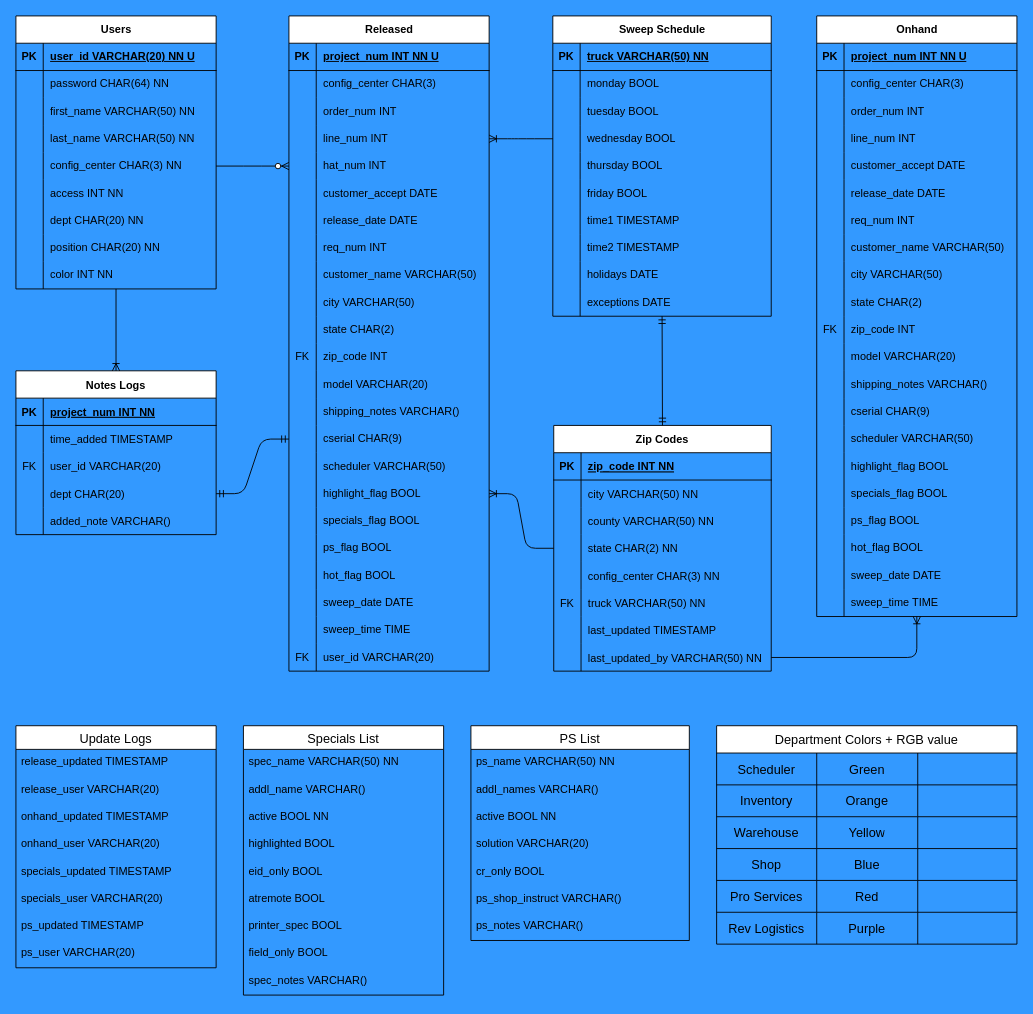
Above: MFP-Warehouse-Tracking/sql-erd/ERD-MFP-W-Tracking.drawio in Andrew-W-Pro/Git-Coding (draw.io), before the change. Source tidied: cells renumbered, new cells numbered last; positions are measured from the earlier drawing's top-left corner, leaving out a move shared by most shapes. Both pictures are drawn from the tidied source at 91%, with x=0, y=0 at pixel (15, 15).
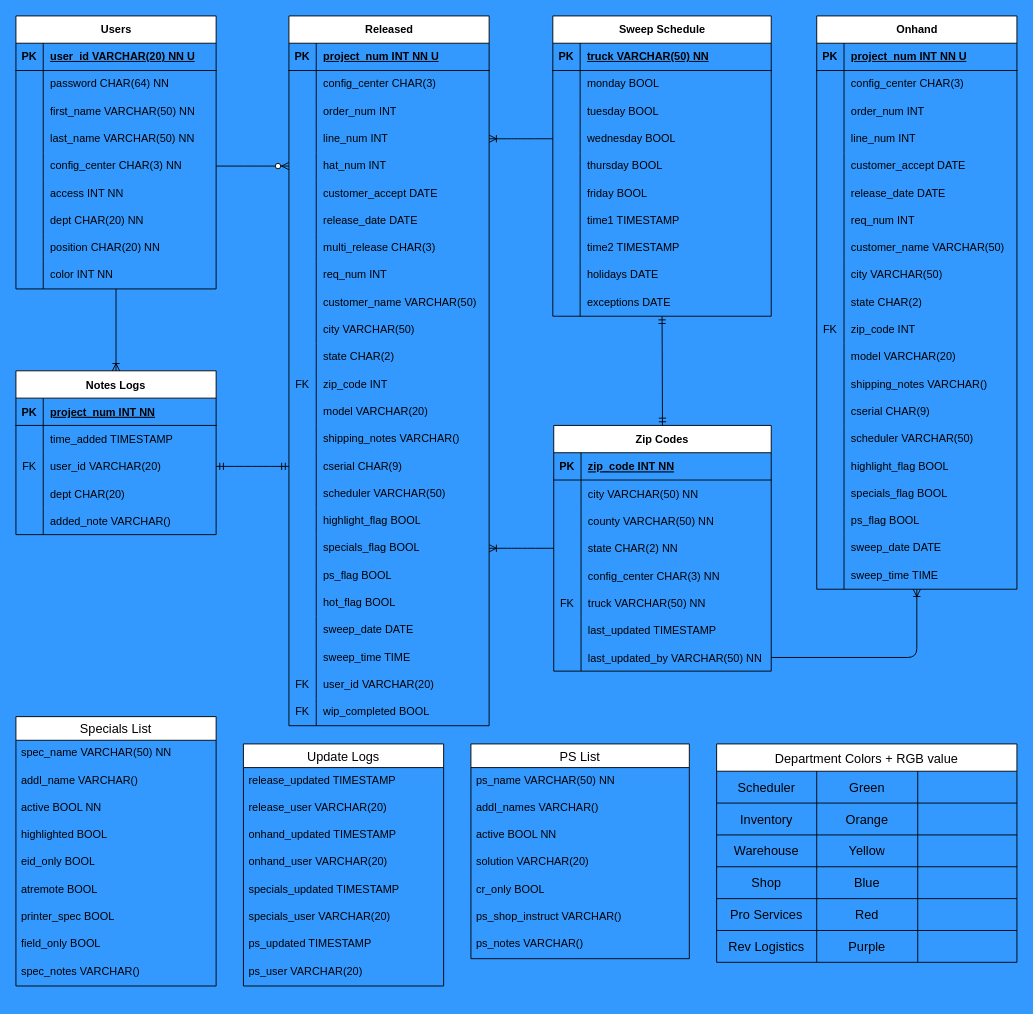
The same diagram, later.

Commit message (it also covers changes not shown here):
small ERD changes to reflect TrackerMain.fxml

Unchanged cells that the change refers to:
```xml
<mxCell id="12" style="shape=partialRectangle;fillColor=none;points=[[0,0.5],[1,0.5]];portConstraint=eastwest;top=0;left=0;right=0;bottom=0;" parent="2" vertex="1">
  <mxGeometry y="120" width="239" height="30" as="geometry" />
</mxCell>
<mxCell id="250" style="shape=tableRow;horizontal=0;startSize=0;swimlaneHead=0;swimlaneBody=0;fillColor=none;points=[[0,0.5],[1,0.5]];portConstraint=eastwest;top=0;left=0;right=0;bottom=0;" parent="243" vertex="1">
  <mxGeometry y="90" width="220" height="30" as="geometry" />
</mxCell>
<mxCell id="253" style="shape=tableRow;horizontal=0;startSize=0;swimlaneHead=0;swimlaneBody=0;fillColor=none;points=[[0,0.5],[1,0.5]];portConstraint=eastwest;top=0;left=0;right=0;bottom=0;" parent="243" vertex="1">
  <mxGeometry y="120" width="220" height="30" as="geometry" />
</mxCell>
```

Change to the diagram source:
```diff
@@
     <mxCell id="86" value="Released" style="shape=table;startSize=30;childLayout=tableLayout;rowLines=0;fontStyle=1;align=center;html=1;fillColor=default;" parent="1" vertex="1">
-      <mxGeometry x="300" width="220" height="720" as="geometry" />
+      <mxGeometry x="300" width="220" height="780" as="geometry" />
     </mxCell>
@@
+    <mxCell id="295" style="shape=tableRow;horizontal=0;startSize=0;swimlaneHead=0;swimlaneBody=0;fillColor=none;top=0;left=0;right=0;bottom=0;" parent="86" vertex="1">
+      <mxGeometry y="210" width="220" height="30" as="geometry" />
+    </mxCell>
+    <mxCell id="233" style="shape=partialRectangle;fillColor=none;top=0;left=0;bottom=0;right=0;overflow=hidden;whiteSpace=wrap;html=1;" parent="295" vertex="1">
+      <mxGeometry width="30" height="30" as="geometry" />
+    </mxCell>
+    <mxCell id="296" value="release_date DATE" style="shape=partialRectangle;fillColor=none;top=0;left=0;bottom=0;right=0;align=left;spacingLeft=6;overflow=hidden;whiteSpace=wrap;html=1;" parent="295" vertex="1">
+      <mxGeometry x="30" width="190" height="30" as="geometry" />
+    </mxCell>
     <mxCell id="105" style="shape=tableRow;horizontal=0;startSize=0;swimlaneHead=0;swimlaneBody=0;fillColor=none;top=0;left=0;right=0;bottom=0;" parent="86" vertex="1">
-      <mxGeometry y="210" width="220" height="30" as="geometry" />
+      <mxGeometry y="240" width="220" height="30" as="geometry" />
     </mxCell>
@@
-    <mxCell id="107" value="release_date DATE" style="shape=partialRectangle;fillColor=none;top=0;left=0;bottom=0;right=0;align=left;spacingLeft=6;overflow=hidden;whiteSpace=wrap;html=1;" parent="105" vertex="1">
+    <mxCell id="107" value="multi_release CHAR(3)" style="shape=partialRectangle;fillColor=none;top=0;left=0;bottom=0;right=0;align=left;spacingLeft=6;overflow=hidden;whiteSpace=wrap;html=1;" parent="105" vertex="1">
       <mxGeometry x="30" width="190" height="30" as="geometry" />
     </mxCell>
     <mxCell id="108" style="shape=tableRow;horizontal=0;startSize=0;swimlaneHead=0;swimlaneBody=0;fillColor=none;top=0;left=0;right=0;bottom=0;" parent="86" vertex="1">
-      <mxGeometry y="240" width="220" height="30" as="geometry" />
+      <mxGeometry y="270" width="220" height="30" as="geometry" />
     </mxCell>
@@
     <mxCell id="111" style="shape=tableRow;horizontal=0;startSize=0;swimlaneHead=0;swimlaneBody=0;fillColor=none;top=0;left=0;right=0;bottom=0;" parent="86" vertex="1">
-      <mxGeometry y="270" width="220" height="30" as="geometry" />
+      <mxGeometry y="300" width="220" height="30" as="geometry" />
     </mxCell>
@@
     <mxCell id="114" style="shape=tableRow;horizontal=0;startSize=0;swimlaneHead=0;swimlaneBody=0;fillColor=none;top=0;left=0;right=0;bottom=0;" parent="86" vertex="1">
-      <mxGeometry y="300" width="220" height="30" as="geometry" />
+      <mxGeometry y="330" width="220" height="30" as="geometry" />
     </mxCell>
@@
     <mxCell id="117" style="shape=tableRow;horizontal=0;startSize=0;swimlaneHead=0;swimlaneBody=0;fillColor=none;top=0;left=0;right=0;bottom=0;" parent="86" vertex="1">
-      <mxGeometry y="330" width="220" height="30" as="geometry" />
+      <mxGeometry y="360" width="220" height="30" as="geometry" />
     </mxCell>
@@
     <mxCell id="120" style="shape=tableRow;horizontal=0;startSize=0;swimlaneHead=0;swimlaneBody=0;fillColor=none;top=0;left=0;right=0;bottom=0;" parent="86" vertex="1">
-      <mxGeometry y="360" width="220" height="30" as="geometry" />
+      <mxGeometry y="390" width="220" height="30" as="geometry" />
     </mxCell>
@@
     <mxCell id="123" style="shape=tableRow;horizontal=0;startSize=0;swimlaneHead=0;swimlaneBody=0;fillColor=none;top=0;left=0;right=0;bottom=0;" parent="86" vertex="1">
-      <mxGeometry y="390" width="220" height="30" as="geometry" />
+      <mxGeometry y="420" width="220" height="30" as="geometry" />
     </mxCell>
@@
     <mxCell id="126" style="shape=tableRow;horizontal=0;startSize=0;swimlaneHead=0;swimlaneBody=0;fillColor=none;top=0;left=0;right=0;bottom=0;" parent="86" vertex="1">
-      <mxGeometry y="420" width="220" height="30" as="geometry" />
+      <mxGeometry y="450" width="220" height="30" as="geometry" />
     </mxCell>
@@
     <mxCell id="129" style="shape=tableRow;horizontal=0;startSize=0;swimlaneHead=0;swimlaneBody=0;fillColor=none;points=[[0,0.5],[1,0.5]];portConstraint=eastwest;top=0;left=0;right=0;bottom=0;" parent="86" vertex="1">
-      <mxGeometry y="450" width="220" height="30" as="geometry" />
+      <mxGeometry y="480" width="220" height="30" as="geometry" />
     </mxCell>
@@
     <mxCell id="132" style="shape=tableRow;horizontal=0;startSize=0;swimlaneHead=0;swimlaneBody=0;fillColor=none;top=0;left=0;right=0;bottom=0;" parent="86" vertex="1">
-      <mxGeometry y="480" width="220" height="30" as="geometry" />
+      <mxGeometry y="510" width="220" height="30" as="geometry" />
     </mxCell>
@@
     <mxCell id="135" style="shape=tableRow;horizontal=0;startSize=0;swimlaneHead=0;swimlaneBody=0;fillColor=none;points=[[0,0.5],[1,0.5]];portConstraint=eastwest;top=0;left=0;right=0;bottom=0;" parent="86" vertex="1">
-      <mxGeometry y="510" width="220" height="30" as="geometry" />
+      <mxGeometry y="540" width="220" height="30" as="geometry" />
     </mxCell>
@@
     <mxCell id="138" style="shape=tableRow;horizontal=0;startSize=0;swimlaneHead=0;swimlaneBody=0;fillColor=none;points=[[0,0.5],[1,0.5]];portConstraint=eastwest;top=0;left=0;right=0;bottom=0;" parent="86" vertex="1">
-      <mxGeometry y="540" width="220" height="30" as="geometry" />
+      <mxGeometry y="570" width="220" height="30" as="geometry" />
     </mxCell>
@@
     <mxCell id="141" style="shape=tableRow;horizontal=0;startSize=0;swimlaneHead=0;swimlaneBody=0;fillColor=none;top=0;left=0;right=0;bottom=0;" parent="86" vertex="1">
-      <mxGeometry y="570" width="220" height="30" as="geometry" />
+      <mxGeometry y="600" width="220" height="30" as="geometry" />
     </mxCell>
@@
     <mxCell id="144" style="shape=tableRow;horizontal=0;startSize=0;swimlaneHead=0;swimlaneBody=0;fillColor=none;top=0;left=0;right=0;bottom=0;" parent="86" vertex="1">
-      <mxGeometry y="600" width="220" height="30" as="geometry" />
+      <mxGeometry y="630" width="220" height="30" as="geometry" />
     </mxCell>
@@
     <mxCell id="147" style="shape=tableRow;horizontal=0;startSize=0;swimlaneHead=0;swimlaneBody=0;fillColor=none;top=0;left=0;right=0;bottom=0;" parent="86" vertex="1">
-      <mxGeometry y="630" width="220" height="30" as="geometry" />
+      <mxGeometry y="660" width="220" height="30" as="geometry" />
     </mxCell>
@@
     <mxCell id="150" style="shape=tableRow;horizontal=0;startSize=0;swimlaneHead=0;swimlaneBody=0;fillColor=none;top=0;left=0;right=0;bottom=0;" parent="86" vertex="1">
-      <mxGeometry y="660" width="220" height="30" as="geometry" />
+      <mxGeometry y="690" width="220" height="30" as="geometry" />
     </mxCell>
@@
     <mxCell id="153" style="shape=tableRow;horizontal=0;startSize=0;swimlaneHead=0;swimlaneBody=0;fillColor=none;top=0;left=0;right=0;bottom=0;" parent="86" vertex="1">
-      <mxGeometry y="690" width="220" height="30" as="geometry" />
+      <mxGeometry y="720" width="220" height="30" as="geometry" />
     </mxCell>
@@
+    <mxCell id="297" style="shape=tableRow;horizontal=0;startSize=0;swimlaneHead=0;swimlaneBody=0;fillColor=none;top=0;left=0;right=0;bottom=0;" parent="86" vertex="1">
+      <mxGeometry y="750" width="220" height="30" as="geometry" />
+    </mxCell>
+    <mxCell id="298" value="FK" style="shape=partialRectangle;fillColor=none;top=0;left=0;bottom=0;right=0;overflow=hidden;whiteSpace=wrap;html=1;" parent="297" vertex="1">
+      <mxGeometry width="30" height="30" as="geometry" />
+    </mxCell>
+    <mxCell id="299" value="wip_completed BOOL" style="shape=partialRectangle;fillColor=none;top=0;left=0;bottom=0;right=0;align=left;spacingLeft=6;overflow=hidden;whiteSpace=wrap;html=1;" parent="297" vertex="1">
+      <mxGeometry x="30" width="190" height="30" as="geometry" />
+    </mxCell>
     <mxCell id="156" value="Specials List" style="swimlane;fontStyle=0;horizontal=1;startSize=26;align=center;fontSize=14;" parent="1" vertex="1">
-      <mxGeometry x="250" y="780" width="220" height="296" as="geometry" />
+      <mxGeometry y="770" width="220" height="296" as="geometry" />
     </mxCell>
@@
     <mxCell id="166" value="PS List" style="swimlane;fontStyle=0;horizontal=1;startSize=26;align=center;fontSize=14;" parent="1" vertex="1">
-      <mxGeometry x="500" y="780" width="240" height="236" as="geometry" />
+      <mxGeometry x="500" y="800" width="240" height="236" as="geometry" />
     </mxCell>
@@
-    <mxCell id="175" style="edgeStyle=entityRelationEdgeStyle;fontSize=12;html=1;endArrow=ERoneToMany;exitX=0;exitY=0.5;exitDx=0;exitDy=0;entryX=1;entryY=0.5;entryDx=0;entryDy=0;" parent="1" edge="1" source="12" target="135">
+    <mxCell id="175" style="edgeStyle=entityRelationEdgeStyle;fontSize=12;html=1;endArrow=ERoneToMany;exitX=0;exitY=0.5;exitDx=0;exitDy=0;entryX=1;entryY=0.5;entryDx=0;entryDy=0;" parent="1" edge="1" source="12" target="138">
       <mxGeometry relative="1" as="geometry" />
     </mxCell>
@@
     <mxCell id="177" value="Onhand" style="shape=table;startSize=30;childLayout=tableLayout;rowLines=0;fontStyle=1;align=center;html=1;" parent="1" vertex="1">
-      <mxGeometry x="880" width="220" height="660" as="geometry" />
+      <mxGeometry x="880" width="220" height="630" as="geometry" />
     </mxCell>
@@
-    <mxCell id="232" style="shape=tableRow;horizontal=0;startSize=0;swimlaneHead=0;swimlaneBody=0;fillColor=none;top=0;left=0;right=0;bottom=0;" parent="177" vertex="1">
-      <mxGeometry y="570" width="220" height="30" as="geometry" />
-    </mxCell>
-    <mxCell id="233" style="shape=partialRectangle;fillColor=none;top=0;left=0;bottom=0;right=0;overflow=hidden;whiteSpace=wrap;html=1;" parent="232" vertex="1">
-      <mxGeometry width="30" height="30" as="geometry" />
-    </mxCell>
-    <mxCell id="234" value="hot_flag BOOL" style="shape=partialRectangle;fillColor=none;top=0;left=0;bottom=0;right=0;align=left;spacingLeft=6;overflow=hidden;whiteSpace=wrap;html=1;" parent="232" vertex="1">
-      <mxGeometry x="30" width="190" height="30" as="geometry" />
-    </mxCell>
     <mxCell id="235" style="shape=tableRow;horizontal=0;startSize=0;swimlaneHead=0;swimlaneBody=0;fillColor=none;top=0;left=0;right=0;bottom=0;" parent="177" vertex="1">
-      <mxGeometry y="600" width="220" height="30" as="geometry" />
+      <mxGeometry y="570" width="220" height="30" as="geometry" />
     </mxCell>
@@
     <mxCell id="238" style="shape=tableRow;horizontal=0;startSize=0;swimlaneHead=0;swimlaneBody=0;fillColor=none;points=[[0,0.5],[1,0.5]];portConstraint=eastwest;top=0;left=0;right=0;bottom=0;" parent="177" vertex="1">
-      <mxGeometry y="630" width="220" height="30" as="geometry" />
+      <mxGeometry y="600" width="220" height="30" as="geometry" />
     </mxCell>
@@
     <mxCell id="259" value="Update Logs" style="swimlane;fontStyle=0;horizontal=1;startSize=26;align=center;fontSize=14;" parent="1" vertex="1">
-      <mxGeometry y="780" width="220" height="266" as="geometry" />
+      <mxGeometry x="250" y="800" width="220" height="266" as="geometry" />
     </mxCell>
@@
-    <mxCell id="268" style="edgeStyle=entityRelationEdgeStyle;fontSize=12;html=1;endArrow=ERmandOne;startArrow=ERmandOne;exitX=1;exitY=0.5;exitDx=0;exitDy=0;entryX=0;entryY=0.5;entryDx=0;entryDy=0;" parent="1" edge="1" source="253" target="129">
+    <mxCell id="268" style="edgeStyle=entityRelationEdgeStyle;fontSize=12;html=1;endArrow=ERmandOne;startArrow=ERmandOne;exitX=1;exitY=0.5;exitDx=0;exitDy=0;entryX=0;entryY=0.5;entryDx=0;entryDy=0;" parent="1" edge="1" source="250" target="129">
       <mxGeometry relative="1" as="geometry" />
     </mxCell>
     <mxCell id="269" value="Department Colors + RGB value" style="shape=table;startSize=30;childLayout=tableLayout;strokeColor=default;fontFamily=Helvetica;fontSize=14;fontColor=default;fillColor=default;" parent="1" vertex="1">
-      <mxGeometry x="770" y="780" width="330" height="240" as="geometry" />
+      <mxGeometry x="770" y="800" width="330" height="240" as="geometry" />
     </mxCell>
```
